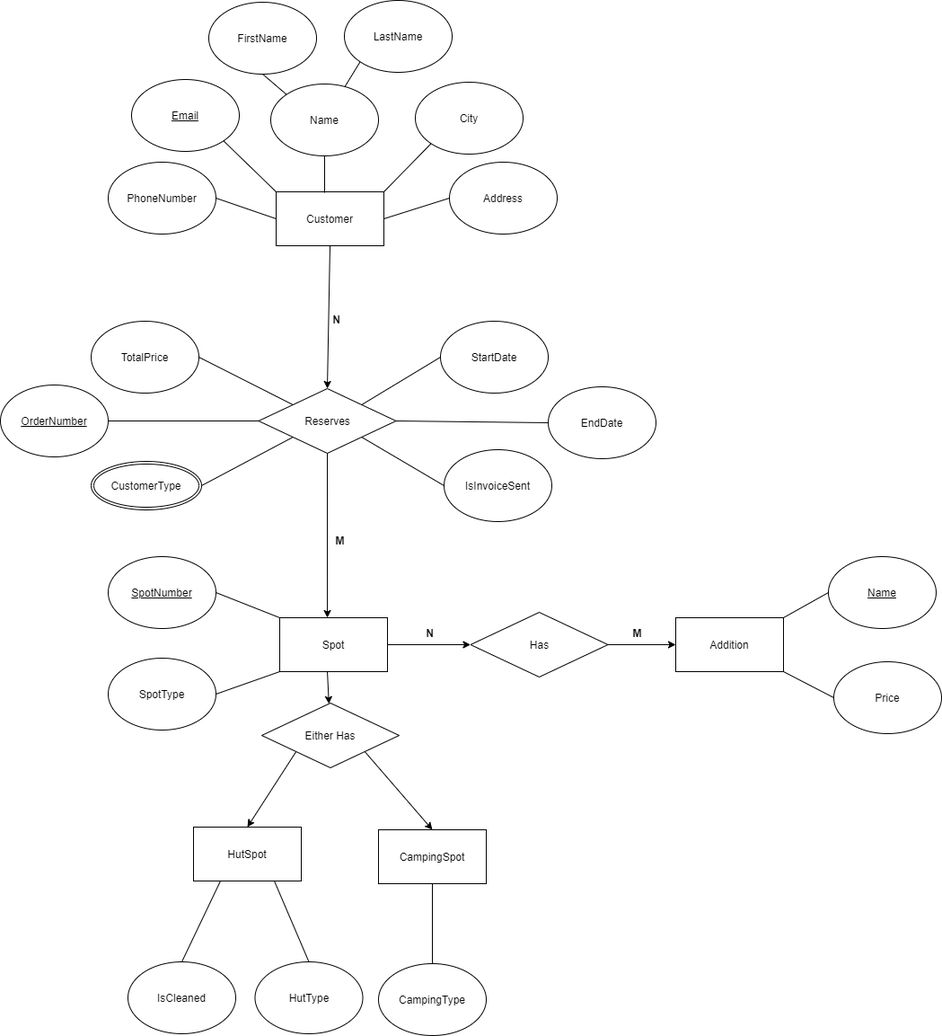
Above: Dokumentation/ER-Diagram.png in jonash871j/H2-ZAPBeachCamping (draw.io), before the change. Source tidied: cells renumbered, new cells last; positions are measured from the earlier drawing's top-left corner, leaving out a move shared by most shapes.
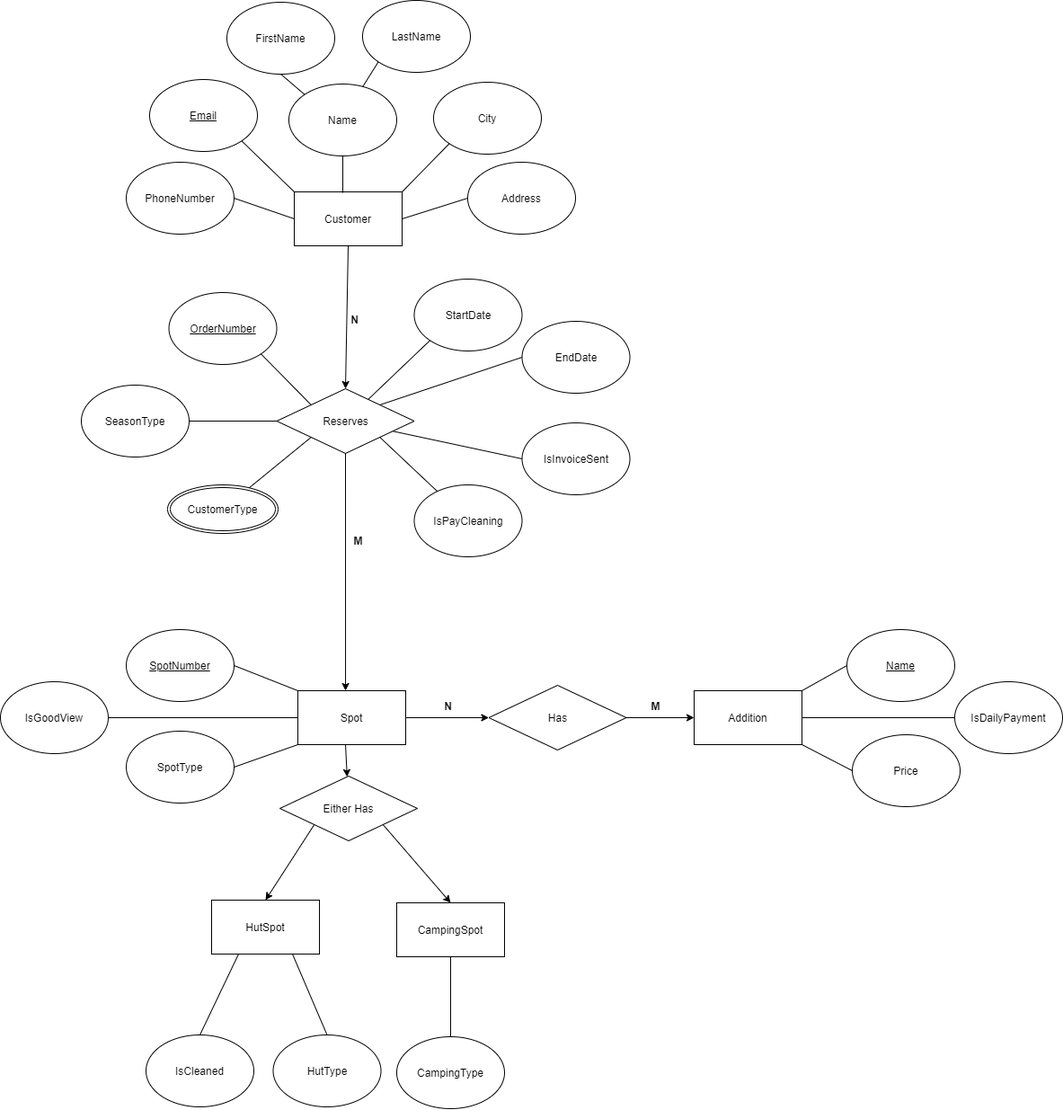
The same file after the commit.

The edit, as a diff of the source:
```diff
@@ -3,28 +3,28 @@
     <mxCell id="0" />
     <mxCell id="1" parent="0" />
     <mxCell id="2" value="Customer" style="rounded=0;whiteSpace=wrap;html=1;" parent="1" vertex="1">
-      <mxGeometry x="307" y="213" width="120" height="60" as="geometry" />
+      <mxGeometry x="946" y="420" width="120" height="60" as="geometry" />
     </mxCell>
     <mxCell id="3" value="Name" style="ellipse;whiteSpace=wrap;html=1;" parent="1" vertex="1">
-      <mxGeometry x="301" y="93" width="120" height="80" as="geometry" />
+      <mxGeometry x="940" y="300" width="120" height="80" as="geometry" />
     </mxCell>
     <mxCell id="4" value="FirstName" style="ellipse;whiteSpace=wrap;html=1;" parent="1" vertex="1">
-      <mxGeometry x="232" y="2" width="120" height="80" as="geometry" />
+      <mxGeometry x="871" y="209" width="120" height="80" as="geometry" />
     </mxCell>
     <mxCell id="5" value="LastName" style="ellipse;whiteSpace=wrap;html=1;" parent="1" vertex="1">
-      <mxGeometry x="383" width="120" height="80" as="geometry" />
+      <mxGeometry x="1022" y="207" width="120" height="80" as="geometry" />
     </mxCell>
     <mxCell id="6" value="&lt;u&gt;Email&lt;/u&gt;" style="ellipse;whiteSpace=wrap;html=1;" parent="1" vertex="1">
-      <mxGeometry x="146" y="88" width="120" height="80" as="geometry" />
+      <mxGeometry x="785" y="295" width="120" height="80" as="geometry" />
     </mxCell>
     <mxCell id="7" value="City" style="ellipse;whiteSpace=wrap;html=1;" parent="1" vertex="1">
-      <mxGeometry x="462" y="91" width="120" height="80" as="geometry" />
+      <mxGeometry x="1101" y="298" width="120" height="80" as="geometry" />
     </mxCell>
     <mxCell id="8" value="Address" style="ellipse;whiteSpace=wrap;html=1;" parent="1" vertex="1">
-      <mxGeometry x="500" y="180" width="120" height="80" as="geometry" />
+      <mxGeometry x="1139" y="387" width="120" height="80" as="geometry" />
     </mxCell>
     <mxCell id="9" value="PhoneNumber" style="ellipse;whiteSpace=wrap;html=1;" parent="1" vertex="1">
-      <mxGeometry x="120" y="180" width="120" height="80" as="geometry" />
+      <mxGeometry x="759" y="387" width="120" height="80" as="geometry" />
     </mxCell>
     <mxCell id="10" style="endArrow=none;html=1;entryX=0.5;entryY=1;entryDx=0;entryDy=0;exitX=0.45;exitY=0.017;exitDx=0;exitDy=0;exitPerimeter=0;" parent="1" edge="1" source="2" target="3">
       <mxGeometry relative="1" as="geometry" />
@@ -48,58 +48,52 @@
       <mxGeometry relative="1" as="geometry" />
     </mxCell>
     <mxCell id="17" value="StartDate" style="ellipse;whiteSpace=wrap;html=1;" parent="1" vertex="1">
-      <mxGeometry x="490" y="357" width="120" height="80" as="geometry" />
+      <mxGeometry x="1079.5" y="517" width="120" height="80" as="geometry" />
     </mxCell>
     <mxCell id="18" value="EndDate" style="ellipse;whiteSpace=wrap;html=1;" parent="1" vertex="1">
-      <mxGeometry x="610" y="430" width="120" height="80" as="geometry" />
+      <mxGeometry x="1199.5" y="564" width="120" height="80" as="geometry" />
     </mxCell>
     <mxCell id="19" value="&lt;u&gt;OrderNumber&lt;/u&gt;" style="ellipse;whiteSpace=wrap;html=1;" parent="1" vertex="1">
-      <mxGeometry y="428" width="120" height="80" as="geometry" />
+      <mxGeometry x="806.5" y="532" width="120" height="80" as="geometry" />
     </mxCell>
-    <mxCell id="20" value="TotalPrice" style="ellipse;whiteSpace=wrap;html=1;" parent="1" vertex="1">
-      <mxGeometry x="101" y="357" width="120" height="80" as="geometry" />
-    </mxCell>
     <mxCell id="21" value="Reserves" style="rhombus;whiteSpace=wrap;html=1;" parent="1" vertex="1">
-      <mxGeometry x="287.5" y="432" width="153" height="72" as="geometry" />
+      <mxGeometry x="926.5" y="639" width="153" height="72" as="geometry" />
     </mxCell>
-    <mxCell id="22" style="endArrow=none;html=1;exitX=1;exitY=0.5;exitDx=0;exitDy=0;entryX=0;entryY=0;entryDx=0;entryDy=0;" parent="1" edge="1" source="20" target="21">
-      <mxGeometry relative="1" as="geometry" />
-    </mxCell>
-    <mxCell id="23" style="endArrow=none;html=1;exitX=0;exitY=0.5;exitDx=0;exitDy=0;entryX=1;entryY=0.5;entryDx=0;entryDy=0;" parent="1" edge="1" source="21" target="19">
+    <mxCell id="23" style="endArrow=none;html=1;entryX=1;entryY=1;entryDx=0;entryDy=0;exitX=0;exitY=0;exitDx=0;exitDy=0;" parent="1" edge="1" source="21" target="19">
       <mxGeometry relative="1" as="geometry" />
     </mxCell>
-    <mxCell id="24" style="endArrow=none;html=1;entryX=0;entryY=0.5;entryDx=0;entryDy=0;exitX=1;exitY=0;exitDx=0;exitDy=0;" parent="1" edge="1" source="21" target="17">
+    <mxCell id="24" style="endArrow=none;html=1;entryX=0;entryY=1;entryDx=0;entryDy=0;" parent="1" edge="1" source="21" target="17">
       <mxGeometry relative="1" as="geometry" />
     </mxCell>
-    <mxCell id="25" style="endArrow=none;html=1;exitX=1;exitY=0.5;exitDx=0;exitDy=0;entryX=0;entryY=0.5;entryDx=0;entryDy=0;" parent="1" edge="1" source="21" target="18">
+    <mxCell id="25" style="endArrow=none;html=1;exitX=1;exitY=0;exitDx=0;exitDy=0;entryX=0;entryY=0.5;entryDx=0;entryDy=0;" parent="1" edge="1" source="21" target="18">
       <mxGeometry relative="1" as="geometry" />
     </mxCell>
     <mxCell id="26" value="Spot" style="rounded=0;whiteSpace=wrap;html=1;" parent="1" vertex="1">
-      <mxGeometry x="311" y="687" width="120" height="60" as="geometry" />
+      <mxGeometry x="950" y="975" width="120" height="60" as="geometry" />
     </mxCell>
     <mxCell id="27" value="CampingSpot" style="rounded=0;whiteSpace=wrap;html=1;" parent="1" vertex="1">
-      <mxGeometry x="421" y="923" width="120" height="60" as="geometry" />
+      <mxGeometry x="1060" y="1211" width="120" height="60" as="geometry" />
     </mxCell>
     <mxCell id="28" value="HutSpot" style="rounded=0;whiteSpace=wrap;html=1;" parent="1" vertex="1">
-      <mxGeometry x="215" y="920" width="120" height="60" as="geometry" />
+      <mxGeometry x="854" y="1208" width="120" height="60" as="geometry" />
     </mxCell>
     <mxCell id="29" value="&lt;u&gt;SpotNumber&lt;/u&gt;" style="ellipse;whiteSpace=wrap;html=1;" parent="1" vertex="1">
-      <mxGeometry x="120" y="619" width="120" height="80" as="geometry" />
+      <mxGeometry x="759" y="907" width="120" height="80" as="geometry" />
     </mxCell>
     <mxCell id="30" value="SpotType" style="ellipse;whiteSpace=wrap;html=1;" parent="1" vertex="1">
-      <mxGeometry x="120" y="732" width="120" height="80" as="geometry" />
+      <mxGeometry x="759" y="1020" width="120" height="80" as="geometry" />
     </mxCell>
     <mxCell id="31" value="Has" style="rhombus;whiteSpace=wrap;html=1;" parent="1" vertex="1">
-      <mxGeometry x="523.5" y="681" width="153" height="72" as="geometry" />
+      <mxGeometry x="1162.5" y="969" width="153" height="72" as="geometry" />
     </mxCell>
     <mxCell id="32" value="Addition" style="rounded=0;whiteSpace=wrap;html=1;" parent="1" vertex="1">
-      <mxGeometry x="752" y="687" width="120" height="60" as="geometry" />
+      <mxGeometry x="1391" y="975" width="120" height="60" as="geometry" />
     </mxCell>
     <mxCell id="33" value="&lt;u&gt;Name&lt;span style=&quot;color: rgba(0 , 0 , 0 , 0) ; font-family: monospace ; font-size: 0px&quot;&gt;%3CmxGraphModel%3E%3Croot%3E%3CmxCell%20id%3D%220%22%2F%3E%3CmxCell%20id%3D%221%22%20parent%3D%220%22%2F%3E%3CmxCell%20id%3D%222%22%20value%3D%22SpotType%22%20style%3D%22ellipse%3BwhiteSpace%3Dwrap%3Bhtml%3D1%3B%22%20vertex%3D%221%22%20parent%3D%221%22%3E%3CmxGeometry%20x%3D%22179%22%20y%3D%22678%22%20width%3D%22120%22%20height%3D%2280%22%20as%3D%22geometry%22%2F%3E%3C%2FmxCell%3E%3C%2Froot%3E%3C%2FmxGraphModel%3E&lt;/span&gt;&lt;/u&gt;" style="ellipse;whiteSpace=wrap;html=1;" parent="1" vertex="1">
-      <mxGeometry x="922" y="619" width="120" height="80" as="geometry" />
+      <mxGeometry x="1561" y="907" width="120" height="80" as="geometry" />
     </mxCell>
     <mxCell id="34" value="Price" style="ellipse;whiteSpace=wrap;html=1;" parent="1" vertex="1">
-      <mxGeometry x="928" y="736" width="120" height="80" as="geometry" />
+      <mxGeometry x="1567" y="1024" width="120" height="80" as="geometry" />
     </mxCell>
     <mxCell id="35" style="endArrow=none;html=1;entryX=0;entryY=0.5;entryDx=0;entryDy=0;exitX=1;exitY=0;exitDx=0;exitDy=0;" parent="1" edge="1" source="32" target="33">
       <mxGeometry relative="1" as="geometry" />
@@ -110,12 +104,12 @@
     <mxCell id="37" style="endArrow=classic;html=1;entryX=0;entryY=0.5;entryDx=0;entryDy=0;exitX=1;exitY=0.5;exitDx=0;exitDy=0;" parent="1" edge="1" source="31" target="32">
       <mxGeometry relative="1" as="geometry" />
     </mxCell>
-    <mxCell id="38" value="&lt;b&gt;M&lt;/b&gt;" style="text;html=1;align=center;verticalAlign=middle;strokeColor=none;" parent="1" vertex="1">
-      <mxGeometry x="699" y="695" width="20" height="18" as="geometry" />
-    </mxCell>
-    <mxCell id="39" value="&lt;b&gt;N&lt;/b&gt;" style="text;html=1;align=center;verticalAlign=middle;strokeColor=none;" parent="1" vertex="1">
-      <mxGeometry x="468" y="695" width="19" height="18" as="geometry" />
-    </mxCell>
+    <mxCell id="61" value="&lt;b&gt;M&lt;/b&gt;" style="text;html=1;align=center;verticalAlign=middle;strokeColor=none;" parent="1" vertex="1">
+      <mxGeometry x="1338" y="983" width="20" height="18" as="geometry" />
+    </mxCell>
+    <mxCell id="62" value="&lt;b&gt;N&lt;/b&gt;" style="text;html=1;align=center;verticalAlign=middle;strokeColor=none;" parent="1" vertex="1">
+      <mxGeometry x="1107" y="983" width="19" height="18" as="geometry" />
+    </mxCell>
     <mxCell id="40" style="endArrow=classic;html=1;exitX=1;exitY=0.5;exitDx=0;exitDy=0;entryX=0;entryY=0.5;entryDx=0;entryDy=0;" parent="1" edge="1" source="26" target="31">
       <mxGeometry relative="1" as="geometry" />
     </mxCell>
@@ -131,17 +125,17 @@
     <mxCell id="44" style="endArrow=classic;html=1;exitX=0.5;exitY=1;exitDx=0;exitDy=0;entryX=0.5;entryY=0;entryDx=0;entryDy=0;" parent="1" edge="1" source="2" target="21">
       <mxGeometry relative="1" as="geometry" />
     </mxCell>
-    <mxCell id="45" value="&lt;b&gt;N&lt;/b&gt;" style="text;html=1;align=center;verticalAlign=middle;strokeColor=none;" parent="1" vertex="1">
-      <mxGeometry x="364" y="346" width="19" height="18" as="geometry" />
-    </mxCell>
-    <mxCell id="46" value="&lt;b&gt;M&lt;/b&gt;" style="text;html=1;align=center;verticalAlign=middle;strokeColor=none;" parent="1" vertex="1">
-      <mxGeometry x="368" y="592" width="20" height="18" as="geometry" />
-    </mxCell>
+    <mxCell id="63" value="&lt;b&gt;N&lt;/b&gt;" style="text;html=1;align=center;verticalAlign=middle;strokeColor=none;" parent="1" vertex="1">
+      <mxGeometry x="1003" y="553" width="19" height="18" as="geometry" />
+    </mxCell>
+    <mxCell id="64" value="&lt;b&gt;M&lt;/b&gt;" style="text;html=1;align=center;verticalAlign=middle;strokeColor=none;" parent="1" vertex="1">
+      <mxGeometry x="1007" y="799" width="20" height="18" as="geometry" />
+    </mxCell>
     <mxCell id="47" value="HutType" style="ellipse;whiteSpace=wrap;html=1;" parent="1" vertex="1">
-      <mxGeometry x="283.5" y="1070" width="120" height="80" as="geometry" />
+      <mxGeometry x="922.5" y="1358" width="120" height="80" as="geometry" />
     </mxCell>
     <mxCell id="48" value="IsCleaned" style="ellipse;whiteSpace=wrap;html=1;" parent="1" vertex="1">
-      <mxGeometry x="142" y="1070" width="120" height="80" as="geometry" />
+      <mxGeometry x="781" y="1358" width="120" height="80" as="geometry" />
     </mxCell>
     <mxCell id="49" style="endArrow=none;html=1;exitX=0.5;exitY=0;exitDx=0;exitDy=0;entryX=0.25;entryY=1;entryDx=0;entryDy=0;" parent="1" edge="1" source="48" target="28">
       <mxGeometry relative="1" as="geometry" />
@@ -150,24 +144,24 @@
       <mxGeometry relative="1" as="geometry" />
     </mxCell>
     <mxCell id="51" value="CampingType" style="ellipse;whiteSpace=wrap;html=1;" parent="1" vertex="1">
-      <mxGeometry x="421" y="1072" width="120" height="80" as="geometry" />
+      <mxGeometry x="1060" y="1360" width="120" height="80" as="geometry" />
     </mxCell>
     <mxCell id="52" style="endArrow=none;html=1;exitX=0.5;exitY=0;exitDx=0;exitDy=0;entryX=0.5;entryY=1;entryDx=0;entryDy=0;" parent="1" edge="1" source="51" target="27">
       <mxGeometry relative="1" as="geometry" />
     </mxCell>
     <mxCell id="53" value="IsInvoiceSent" style="ellipse;whiteSpace=wrap;html=1;" parent="1" vertex="1">
-      <mxGeometry x="494" y="500" width="120" height="80" as="geometry" />
+      <mxGeometry x="1199.5" y="677" width="120" height="80" as="geometry" />
     </mxCell>
-    <mxCell id="54" style="endArrow=none;html=1;entryX=1;entryY=1;entryDx=0;entryDy=0;exitX=0;exitY=0.5;exitDx=0;exitDy=0;" parent="1" edge="1" source="53" target="21">
+    <mxCell id="54" style="endArrow=none;html=1;exitX=0;exitY=0.5;exitDx=0;exitDy=0;" parent="1" edge="1" source="53" target="21">
       <mxGeometry relative="1" as="geometry" />
     </mxCell>
     <mxCell id="55" value="Either Has" style="rhombus;whiteSpace=wrap;html=1;" parent="1" vertex="1">
-      <mxGeometry x="291" y="782" width="153" height="72" as="geometry" />
+      <mxGeometry x="930" y="1070" width="153" height="72" as="geometry" />
     </mxCell>
     <mxCell id="56" value="CustomerType" style="ellipse;shape=doubleEllipse;margin=3;whiteSpace=wrap;html=1;align=center;shadow=0;sketch=0;" parent="1" vertex="1">
-      <mxGeometry x="101" y="513" width="123" height="54" as="geometry" />
+      <mxGeometry x="805" y="746" width="123" height="54" as="geometry" />
     </mxCell>
-    <mxCell id="57" style="endArrow=none;html=1;exitX=1;exitY=0.5;exitDx=0;exitDy=0;entryX=0;entryY=1;entryDx=0;entryDy=0;" parent="1" edge="1" source="56" target="21">
+    <mxCell id="57" style="endArrow=none;html=1;entryX=0;entryY=1;entryDx=0;entryDy=0;" parent="1" edge="1" source="56" target="21">
       <mxGeometry relative="1" as="geometry" />
     </mxCell>
     <mxCell id="58" style="endArrow=classic;html=1;exitX=0.442;exitY=1;exitDx=0;exitDy=0;exitPerimeter=0;" parent="1" edge="1" source="26" target="55">
@@ -179,5 +173,29 @@
     <mxCell id="60" style="endArrow=classic;html=1;exitX=1;exitY=1;exitDx=0;exitDy=0;entryX=0.5;entryY=0;entryDx=0;entryDy=0;" parent="1" edge="1" source="55" target="27">
       <mxGeometry relative="1" as="geometry" />
     </mxCell>
+    <mxCell id="65" value="IsPayCleaning" style="ellipse;whiteSpace=wrap;html=1;" parent="1" vertex="1">
+      <mxGeometry x="1079.5" y="746" width="120" height="80" as="geometry" />
+    </mxCell>
+    <mxCell id="66" style="endArrow=none;html=1;entryX=1;entryY=1;entryDx=0;entryDy=0;" parent="1" edge="1" source="65" target="21">
+      <mxGeometry relative="1" as="geometry" />
+    </mxCell>
+    <mxCell id="67" value="SeasonType" style="ellipse;whiteSpace=wrap;html=1;" parent="1" vertex="1">
+      <mxGeometry x="709" y="635" width="120" height="80" as="geometry" />
+    </mxCell>
+    <mxCell id="68" style="endArrow=none;html=1;exitX=0;exitY=0.5;exitDx=0;exitDy=0;entryX=1;entryY=0.5;entryDx=0;entryDy=0;" parent="1" edge="1" source="21" target="67">
+      <mxGeometry relative="1" as="geometry" />
+    </mxCell>
+    <mxCell id="69" value="IsGoodView" style="ellipse;whiteSpace=wrap;html=1;" parent="1" vertex="1">
+      <mxGeometry x="619" y="965" width="120" height="80" as="geometry" />
+    </mxCell>
+    <mxCell id="70" style="endArrow=none;html=1;exitX=1;exitY=0.5;exitDx=0;exitDy=0;entryX=0;entryY=0.5;entryDx=0;entryDy=0;" parent="1" edge="1" source="69" target="26">
+      <mxGeometry relative="1" as="geometry" />
+    </mxCell>
+    <mxCell id="71" value="IsDailyPayment" style="ellipse;whiteSpace=wrap;html=1;" parent="1" vertex="1">
+      <mxGeometry x="1681" y="965" width="120" height="80" as="geometry" />
+    </mxCell>
+    <mxCell id="72" style="endArrow=none;html=1;entryX=0;entryY=0.5;entryDx=0;entryDy=0;exitX=1;exitY=0.5;exitDx=0;exitDy=0;" parent="1" edge="1" source="32" target="71">
+      <mxGeometry relative="1" as="geometry" />
+    </mxCell>
   </root>
 </mxGraphModel>
```
